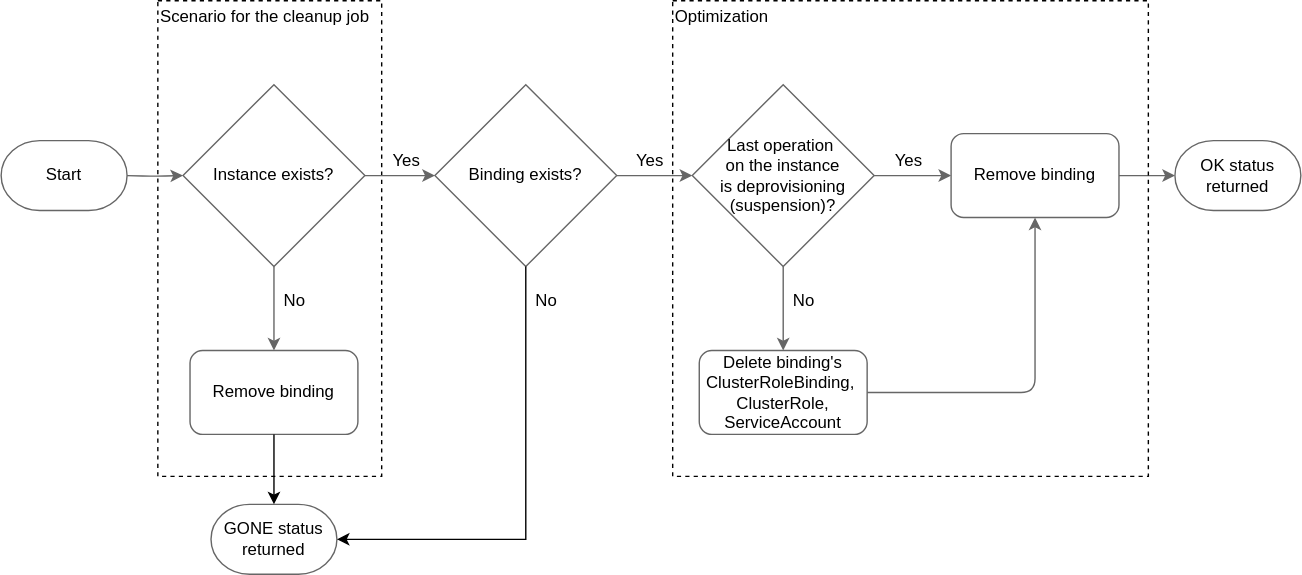
This is docs/assets/bindings-delete-flow.drawio.svg from kyma-project/kyma-environment-broker, a draw.io export, as it was before one commit. Source tidied: cells renumbered, new cells last; positions are measured from the earlier drawing's top-left corner, leaving out a move shared by most shapes.
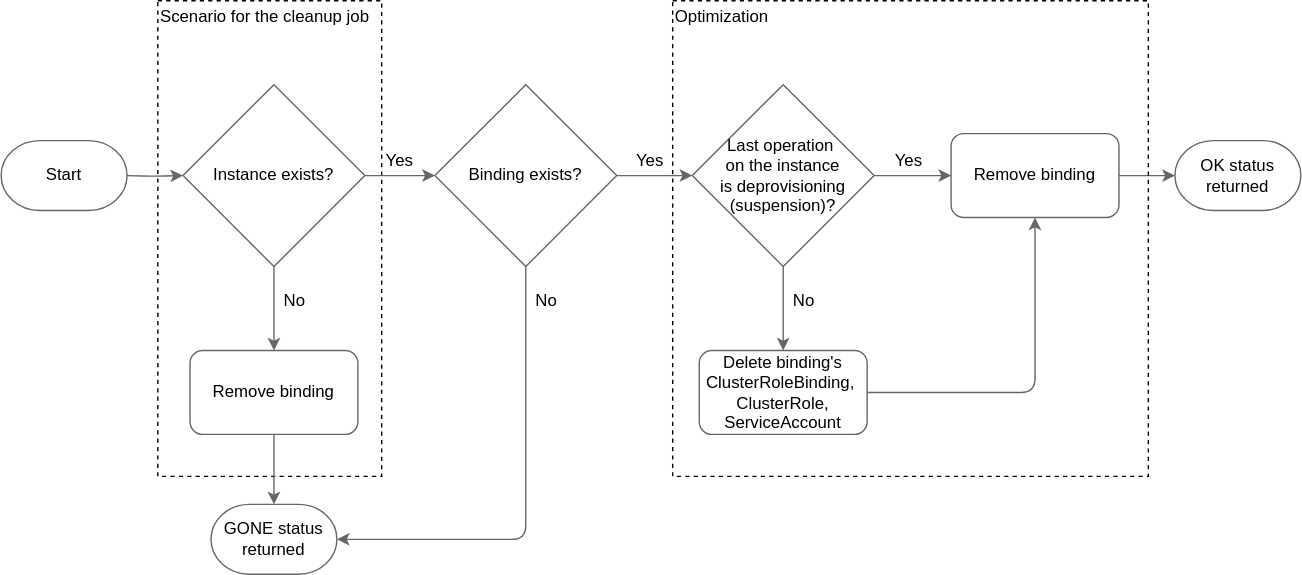
The same diagram one commit later.

The edit, as a diff of the source:
```diff
@@ -52,7 +52,7 @@
       <mxGeometry x="135" y="250" width="120" height="60" as="geometry" />
     </mxCell>
     <mxCell id="17" value="Yes" style="text;html=1;align=center;verticalAlign=middle;whiteSpace=wrap;rounded=0;fontColor=#000000;" parent="1" vertex="1">
-      <mxGeometry x="260" y="100" width="60" height="30" as="geometry" />
+      <mxGeometry x="255" y="100" width="60" height="30" as="geometry" />
     </mxCell>
     <mxCell id="18" value="Yes" style="text;html=1;align=center;verticalAlign=middle;whiteSpace=wrap;rounded=0;fontColor=#000000;" parent="1" vertex="1">
       <mxGeometry x="434" y="100" width="60" height="30" as="geometry" />
@@ -78,13 +78,13 @@
     <mxCell id="25" value="Start" style="strokeWidth=1;html=1;shape=mxgraph.flowchart.terminator;whiteSpace=wrap;strokeColor=#666666;fillStyle=solid;fillColor=#ffffff;fontColor=#000000;" parent="1" vertex="1">
       <mxGeometry y="100" width="90" height="50" as="geometry" />
     </mxCell>
-    <mxCell id="26" style="edgeStyle=orthogonalEdgeStyle;rounded=0;jettySize=auto;html=1;exitX=0.5;exitY=1;exitDx=0;exitDy=0;entryX=1;entryY=0.5;entryDx=0;entryDy=0;entryPerimeter=0;" parent="1" edge="1" source="10" target="24">
+    <mxCell id="26" style="edgeStyle=orthogonalEdgeStyle;rounded=1;jettySize=auto;html=1;exitX=0.5;exitY=1;exitDx=0;exitDy=0;entryX=1;entryY=0.5;entryDx=0;entryDy=0;entryPerimeter=0;curved=0;strokeColor=#666666;" parent="1" edge="1" source="10" target="24">
       <mxGeometry relative="1" as="geometry" />
     </mxCell>
     <mxCell id="27" value="Optimization&lt;div&gt;&lt;br&gt;&lt;/div&gt;&lt;div&gt;&lt;br&gt;&lt;/div&gt;&lt;div&gt;&lt;br&gt;&lt;/div&gt;&lt;div&gt;&lt;br&gt;&lt;/div&gt;&lt;div&gt;&lt;br&gt;&lt;/div&gt;&lt;div&gt;&lt;br&gt;&lt;/div&gt;&lt;div&gt;&lt;br&gt;&lt;/div&gt;&lt;div&gt;&lt;br&gt;&lt;/div&gt;&lt;div&gt;&lt;br&gt;&lt;/div&gt;&lt;div&gt;&lt;br&gt;&lt;/div&gt;&lt;div&gt;&lt;br&gt;&lt;/div&gt;&lt;div&gt;&lt;br&gt;&lt;/div&gt;&lt;div&gt;&lt;br&gt;&lt;/div&gt;&lt;div&gt;&lt;br&gt;&lt;/div&gt;&lt;div&gt;&lt;br&gt;&lt;/div&gt;&lt;div&gt;&lt;br&gt;&lt;/div&gt;&lt;div&gt;&lt;br&gt;&lt;/div&gt;&lt;div&gt;&lt;br&gt;&lt;/div&gt;&lt;div&gt;&lt;br&gt;&lt;/div&gt;&lt;div&gt;&lt;br&gt;&lt;/div&gt;&lt;div&gt;&lt;br&gt;&lt;/div&gt;&lt;div&gt;&lt;br&gt;&lt;/div&gt;" style="rounded=0;whiteSpace=wrap;html=1;fillColor=none;dashed=1;align=left;" parent="1" vertex="1">
       <mxGeometry x="480" width="340" height="340" as="geometry" />
     </mxCell>
-    <mxCell id="28" style="edgeStyle=orthogonalEdgeStyle;rounded=0;jettySize=auto;html=1;exitX=0.5;exitY=1;exitDx=0;exitDy=0;entryX=0.5;entryY=0;entryDx=0;entryDy=0;entryPerimeter=0;" parent="1" edge="1" source="16" target="24">
+    <mxCell id="28" style="edgeStyle=orthogonalEdgeStyle;rounded=1;jettySize=auto;html=1;exitX=0.5;exitY=1;exitDx=0;exitDy=0;entryX=0.5;entryY=0;entryDx=0;entryDy=0;entryPerimeter=0;curved=0;strokeColor=#666666;" parent="1" edge="1" source="16" target="24">
       <mxGeometry relative="1" as="geometry" />
     </mxCell>
   </root>
```
